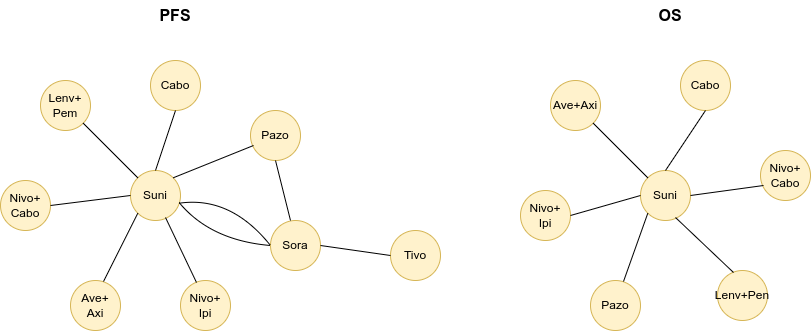
Above: docs/images/network_diagram.drawio.png in nice-digital/NICE-model-repo (draw.io), before the change. Source tidied: cells renumbered, new cells last; positions are measured from the earlier drawing's top-left corner, leaving out a move shared by most shapes. Its diagram source:
```xml
<mxGraphModel>
  <root>
    <mxCell id="0" />
    <mxCell id="1" parent="0" />
    <mxCell id="2" value="Suni" style="ellipse;whiteSpace=wrap;html=1;fillColor=#fff2cc;strokeColor=#d6b656;" parent="1" vertex="1">
      <mxGeometry x="130" y="170" width="50" height="50" as="geometry" />
    </mxCell>
    <mxCell id="3" value="Nivo+&lt;div&gt;Cabo&lt;/div&gt;" style="ellipse;whiteSpace=wrap;html=1;fillColor=#fff2cc;strokeColor=#d6b656;" parent="1" vertex="1">
      <mxGeometry y="180" width="50" height="50" as="geometry" />
    </mxCell>
    <mxCell id="4" value="Lenv+&lt;div&gt;Pem&lt;/div&gt;" style="ellipse;whiteSpace=wrap;html=1;fillColor=#fff2cc;strokeColor=#d6b656;" parent="1" vertex="1">
      <mxGeometry x="40" y="80" width="50" height="50" as="geometry" />
    </mxCell>
    <mxCell id="5" value="Cabo" style="ellipse;whiteSpace=wrap;html=1;fillColor=#fff2cc;strokeColor=#d6b656;" parent="1" vertex="1">
      <mxGeometry x="150" y="60" width="50" height="50" as="geometry" />
    </mxCell>
    <mxCell id="6" value="Pazo" style="ellipse;whiteSpace=wrap;html=1;fillColor=#fff2cc;strokeColor=#d6b656;" parent="1" vertex="1">
      <mxGeometry x="250" y="110" width="50" height="50" as="geometry" />
    </mxCell>
    <mxCell id="7" value="Sora" style="ellipse;whiteSpace=wrap;html=1;fillColor=#fff2cc;strokeColor=#d6b656;" parent="1" vertex="1">
      <mxGeometry x="270" y="220" width="50" height="50" as="geometry" />
    </mxCell>
    <mxCell id="8" value="Tivo" style="ellipse;whiteSpace=wrap;html=1;fillColor=#fff2cc;strokeColor=#d6b656;" parent="1" vertex="1">
      <mxGeometry x="390" y="230" width="50" height="50" as="geometry" />
    </mxCell>
    <mxCell id="9" value="Ave+&lt;div&gt;Axi&lt;/div&gt;" style="ellipse;whiteSpace=wrap;html=1;fillColor=#fff2cc;strokeColor=#d6b656;" parent="1" vertex="1">
      <mxGeometry x="70" y="280" width="50" height="50" as="geometry" />
    </mxCell>
    <mxCell id="10" value="Nivo+&lt;div&gt;Ipi&lt;/div&gt;" style="ellipse;whiteSpace=wrap;html=1;fillColor=#fff2cc;strokeColor=#d6b656;" parent="1" vertex="1">
      <mxGeometry x="180" y="280" width="50" height="50" as="geometry" />
    </mxCell>
    <mxCell id="11" style="endArrow=none;html=1;rounded=0;exitX=1;exitY=0.5;exitDx=0;exitDy=0;entryX=0;entryY=0.5;entryDx=0;entryDy=0;" parent="1" edge="1" source="3" target="2">
      <mxGeometry relative="1" as="geometry" />
    </mxCell>
    <mxCell id="12" style="endArrow=none;html=1;rounded=0;exitX=1;exitY=1;exitDx=0;exitDy=0;" parent="1" edge="1" source="4" target="2">
      <mxGeometry relative="1" as="geometry" />
    </mxCell>
    <mxCell id="13" style="endArrow=none;html=1;rounded=0;exitX=0.5;exitY=1;exitDx=0;exitDy=0;entryX=0.5;entryY=0;entryDx=0;entryDy=0;" parent="1" edge="1" source="5" target="2">
      <mxGeometry relative="1" as="geometry" />
    </mxCell>
    <mxCell id="14" style="endArrow=none;html=1;rounded=0;exitX=0.06;exitY=0.7;exitDx=0;exitDy=0;entryX=1;entryY=0;entryDx=0;entryDy=0;exitPerimeter=0;" parent="1" edge="1" source="6" target="2">
      <mxGeometry relative="1" as="geometry" />
    </mxCell>
    <mxCell id="15" style="endArrow=none;html=1;rounded=0;exitX=0.66;exitY=0.02;exitDx=0;exitDy=0;entryX=0;entryY=1;entryDx=0;entryDy=0;exitPerimeter=0;" parent="1" edge="1" source="9" target="2">
      <mxGeometry relative="1" as="geometry" />
    </mxCell>
    <mxCell id="16" style="endArrow=none;html=1;rounded=0;exitX=0.32;exitY=0.04;exitDx=0;exitDy=0;entryX=0.7;entryY=0.94;entryDx=0;entryDy=0;exitPerimeter=0;entryPerimeter=0;" parent="1" edge="1" source="10" target="2">
      <mxGeometry relative="1" as="geometry" />
    </mxCell>
    <mxCell id="17" style="endArrow=none;html=1;rounded=0;exitX=0;exitY=0.5;exitDx=0;exitDy=0;entryX=0.972;entryY=0.64;entryDx=0;entryDy=0;entryPerimeter=0;curved=1;" parent="1" edge="1" source="7" target="2">
      <mxGeometry relative="1" as="geometry">
        <Array as="points">
          <mxPoint x="210" y="240" />
        </Array>
      </mxGeometry>
    </mxCell>
    <mxCell id="18" style="endArrow=none;html=1;rounded=0;exitX=0;exitY=0.5;exitDx=0;exitDy=0;entryX=0.964;entryY=0.656;entryDx=0;entryDy=0;entryPerimeter=0;curved=1;" parent="1" edge="1" source="7" target="2">
      <mxGeometry relative="1" as="geometry">
        <Array as="points">
          <mxPoint x="230" y="195" />
        </Array>
      </mxGeometry>
    </mxCell>
    <mxCell id="19" style="endArrow=none;html=1;rounded=0;exitX=0.5;exitY=1;exitDx=0;exitDy=0;entryX=0.4;entryY=0;entryDx=0;entryDy=0;entryPerimeter=0;" parent="1" edge="1" source="6" target="7">
      <mxGeometry relative="1" as="geometry" />
    </mxCell>
    <mxCell id="20" style="endArrow=none;html=1;rounded=0;exitX=1;exitY=0.5;exitDx=0;exitDy=0;entryX=0;entryY=0.5;entryDx=0;entryDy=0;" parent="1" edge="1" source="7" target="8">
      <mxGeometry relative="1" as="geometry" />
    </mxCell>
    <mxCell id="21" value="PFS" style="text;html=1;align=center;verticalAlign=middle;whiteSpace=wrap;rounded=0;fontStyle=1;fontSize=16;" parent="1" vertex="1">
      <mxGeometry x="145" width="60" height="30" as="geometry" />
    </mxCell>
    <mxCell id="22" value="Suni" style="ellipse;whiteSpace=wrap;html=1;fillColor=#fff2cc;strokeColor=#d6b656;" parent="1" vertex="1">
      <mxGeometry x="640" y="170" width="50" height="50" as="geometry" />
    </mxCell>
    <mxCell id="23" value="Nivo+&lt;div&gt;Ipi&lt;/div&gt;" style="ellipse;whiteSpace=wrap;html=1;fillColor=#fff2cc;strokeColor=#d6b656;" parent="1" vertex="1">
      <mxGeometry x="520" y="190" width="50" height="50" as="geometry" />
    </mxCell>
    <mxCell id="24" value="Ave+Axi" style="ellipse;whiteSpace=wrap;html=1;fillColor=#fff2cc;strokeColor=#d6b656;" parent="1" vertex="1">
      <mxGeometry x="550" y="80" width="50" height="50" as="geometry" />
    </mxCell>
    <mxCell id="25" value="Cabo" style="ellipse;whiteSpace=wrap;html=1;fillColor=#fff2cc;strokeColor=#d6b656;" parent="1" vertex="1">
      <mxGeometry x="680" y="60" width="50" height="50" as="geometry" />
    </mxCell>
    <mxCell id="26" value="Nivo+&lt;div&gt;Cabo&lt;/div&gt;" style="ellipse;whiteSpace=wrap;html=1;fillColor=#fff2cc;strokeColor=#d6b656;" parent="1" vertex="1">
      <mxGeometry x="760" y="150" width="50" height="50" as="geometry" />
    </mxCell>
    <mxCell id="27" value="Pazo" style="ellipse;whiteSpace=wrap;html=1;fillColor=#fff2cc;strokeColor=#d6b656;" parent="1" vertex="1">
      <mxGeometry x="590" y="280" width="50" height="50" as="geometry" />
    </mxCell>
    <mxCell id="28" value="Lenv+Pen" style="ellipse;whiteSpace=wrap;html=1;fillColor=#fff2cc;strokeColor=#d6b656;" parent="1" vertex="1">
      <mxGeometry x="717" y="270" width="50" height="50" as="geometry" />
    </mxCell>
    <mxCell id="29" style="endArrow=none;html=1;rounded=0;exitX=1;exitY=0.5;exitDx=0;exitDy=0;entryX=0;entryY=0.5;entryDx=0;entryDy=0;" parent="1" edge="1" source="23" target="22">
      <mxGeometry relative="1" as="geometry" />
    </mxCell>
    <mxCell id="30" style="endArrow=none;html=1;rounded=0;exitX=1;exitY=1;exitDx=0;exitDy=0;" parent="1" edge="1" source="24" target="22">
      <mxGeometry relative="1" as="geometry" />
    </mxCell>
    <mxCell id="31" style="endArrow=none;html=1;rounded=0;exitX=0.5;exitY=1;exitDx=0;exitDy=0;entryX=0.5;entryY=0;entryDx=0;entryDy=0;" parent="1" edge="1" source="25" target="22">
      <mxGeometry relative="1" as="geometry" />
    </mxCell>
    <mxCell id="32" style="endArrow=none;html=1;rounded=0;exitX=0.06;exitY=0.7;exitDx=0;exitDy=0;entryX=1;entryY=0.5;entryDx=0;entryDy=0;exitPerimeter=0;" parent="1" edge="1" source="26" target="22">
      <mxGeometry relative="1" as="geometry" />
    </mxCell>
    <mxCell id="33" style="endArrow=none;html=1;rounded=0;exitX=0.66;exitY=0.02;exitDx=0;exitDy=0;entryX=0;entryY=1;entryDx=0;entryDy=0;exitPerimeter=0;" parent="1" edge="1" source="27" target="22">
      <mxGeometry relative="1" as="geometry" />
    </mxCell>
    <mxCell id="34" style="endArrow=none;html=1;rounded=0;exitX=0.32;exitY=0.04;exitDx=0;exitDy=0;entryX=0.7;entryY=0.94;entryDx=0;entryDy=0;exitPerimeter=0;entryPerimeter=0;" parent="1" edge="1" source="28" target="22">
      <mxGeometry relative="1" as="geometry" />
    </mxCell>
    <mxCell id="35" value="OS" style="text;html=1;align=center;verticalAlign=middle;whiteSpace=wrap;rounded=0;fontStyle=1;fontSize=16;" parent="1" vertex="1">
      <mxGeometry x="640" width="60" height="30" as="geometry" />
    </mxCell>
  </root>
</mxGraphModel>
```
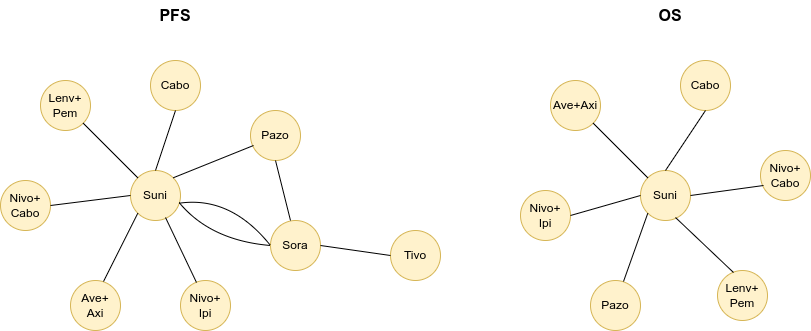
Above is the later version.

Commit message:
fix(diagram): correct Pen to Pem in 1L network diagram

Diff of the diagram source:
```diff
@@ -88,7 +88,7 @@
     <mxCell id="27" value="Pazo" style="ellipse;whiteSpace=wrap;html=1;fillColor=#fff2cc;strokeColor=#d6b656;" parent="1" vertex="1">
       <mxGeometry x="590" y="280" width="50" height="50" as="geometry" />
     </mxCell>
-    <mxCell id="28" value="Lenv+Pen" style="ellipse;whiteSpace=wrap;html=1;fillColor=#fff2cc;strokeColor=#d6b656;" parent="1" vertex="1">
+    <mxCell id="28" value="Lenv+&lt;div&gt;Pem&lt;/div&gt;" style="ellipse;whiteSpace=wrap;html=1;fillColor=#fff2cc;strokeColor=#d6b656;" parent="1" vertex="1">
       <mxGeometry x="717" y="270" width="50" height="50" as="geometry" />
     </mxCell>
     <mxCell id="29" style="endArrow=none;html=1;rounded=0;exitX=1;exitY=0.5;exitDx=0;exitDy=0;entryX=0;entryY=0.5;entryDx=0;entryDy=0;" parent="1" edge="1" source="23" target="22">
```
